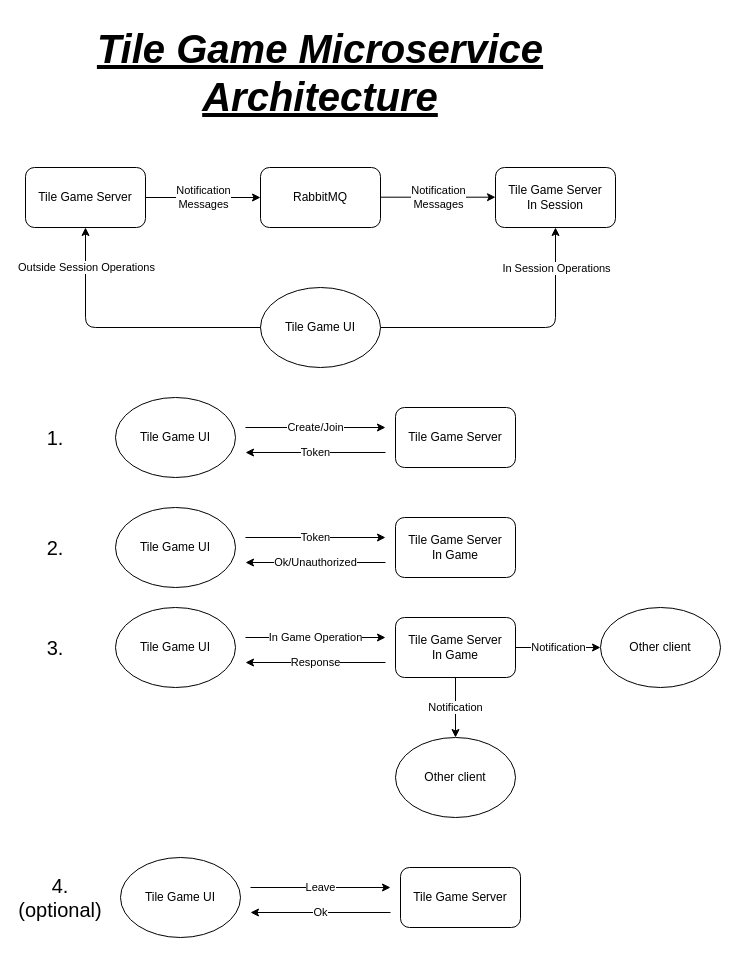
the-coolest-developers/TileGame-Core keeps this draw.io diagram as Diagrams/TleGame Microservices.drawio. Above is the earlier version. Source tidied: cells renumbered, new cells numbered last; positions are measured from the earlier drawing's top-left corner, leaving out a move shared by most shapes. Both pictures are drawn from the tidied source at 100%, with x=0, y=0 at pixel (25, 17).
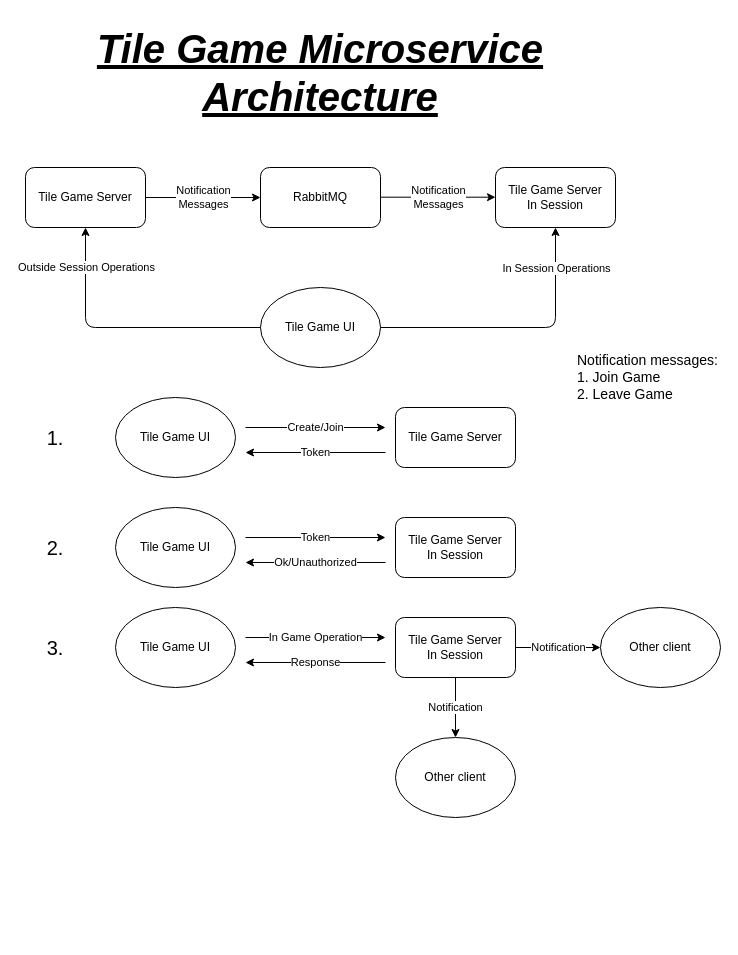
The same diagram, later.

Commit message (it also covers changes not shown here):
[TGS-54] Architecture: TimeGameServer sends Leave and Join notifications to TileGameServer.InSession via RabbitMQ (#64)

The edit, as a diff of the source:
```diff
@@
-    <mxCell id="16" value="Tile Game Server&lt;br&gt;In Game" style="rounded=1;whiteSpace=wrap;html=1;" parent="1" vertex="1">
+    <mxCell id="16" value="Tile Game Server&lt;br&gt;In Session" style="rounded=1;whiteSpace=wrap;html=1;" parent="1" vertex="1">
       <mxGeometry x="370" y="500" width="120" height="60" as="geometry" />
     </mxCell>
@@
-    <mxCell id="22" value="Tile Game Server&lt;br&gt;In Game" style="rounded=1;whiteSpace=wrap;html=1;" parent="1" vertex="1">
+    <mxCell id="22" value="Tile Game Server&lt;br&gt;In Session" style="rounded=1;whiteSpace=wrap;html=1;" parent="1" vertex="1">
       <mxGeometry x="370" y="600" width="120" height="60" as="geometry" />
     </mxCell>
@@
-    <mxCell id="30" value="Ok" style="edgeStyle=orthogonalEdgeStyle;rounded=0;orthogonalLoop=1;jettySize=auto;html=1;" parent="1" edge="1">
-      <mxGeometry relative="1" as="geometry">
-        <mxPoint x="365" y="895" as="sourcePoint" />
-        <mxPoint x="225" y="895" as="targetPoint" />
-      </mxGeometry>
-    </mxCell>
-    <mxCell id="31" value="Tile Game Server" style="rounded=1;whiteSpace=wrap;html=1;" parent="1" vertex="1">
-      <mxGeometry x="375" y="850" width="120" height="60" as="geometry" />
-    </mxCell>
-    <mxCell id="32" value="Leave" style="edgeStyle=orthogonalEdgeStyle;rounded=0;orthogonalLoop=1;jettySize=auto;html=1;" parent="1" edge="1">
-      <mxGeometry relative="1" as="geometry">
-        <mxPoint x="225" y="870" as="sourcePoint" />
-        <mxPoint x="365" y="870" as="targetPoint" />
-      </mxGeometry>
-    </mxCell>
-    <mxCell id="33" value="Tile Game UI" style="ellipse;whiteSpace=wrap;html=1;" parent="1" vertex="1">
-      <mxGeometry x="95" y="840" width="120" height="80" as="geometry" />
-    </mxCell>
-    <mxCell id="34" value="4.&lt;br&gt;(optional)" style="text;html=1;strokeColor=none;fillColor=none;align=center;verticalAlign=middle;whiteSpace=wrap;rounded=0;fontSize=20;" parent="1" vertex="1">
-      <mxGeometry x="15" y="870" width="40" height="20" as="geometry" />
-    </mxCell>
@@
+    <mxCell id="37" value="&lt;font style=&quot;font-size: 14px&quot;&gt;Notification messages:&lt;br&gt;1. Join Game&lt;br&gt;2. Leave Game&lt;/font&gt;" style="text;html=1;strokeColor=none;fillColor=none;align=left;verticalAlign=middle;whiteSpace=wrap;rounded=0;" parent="1" vertex="1">
+      <mxGeometry x="550" y="350" width="145" height="20" as="geometry" />
+    </mxCell>
```
